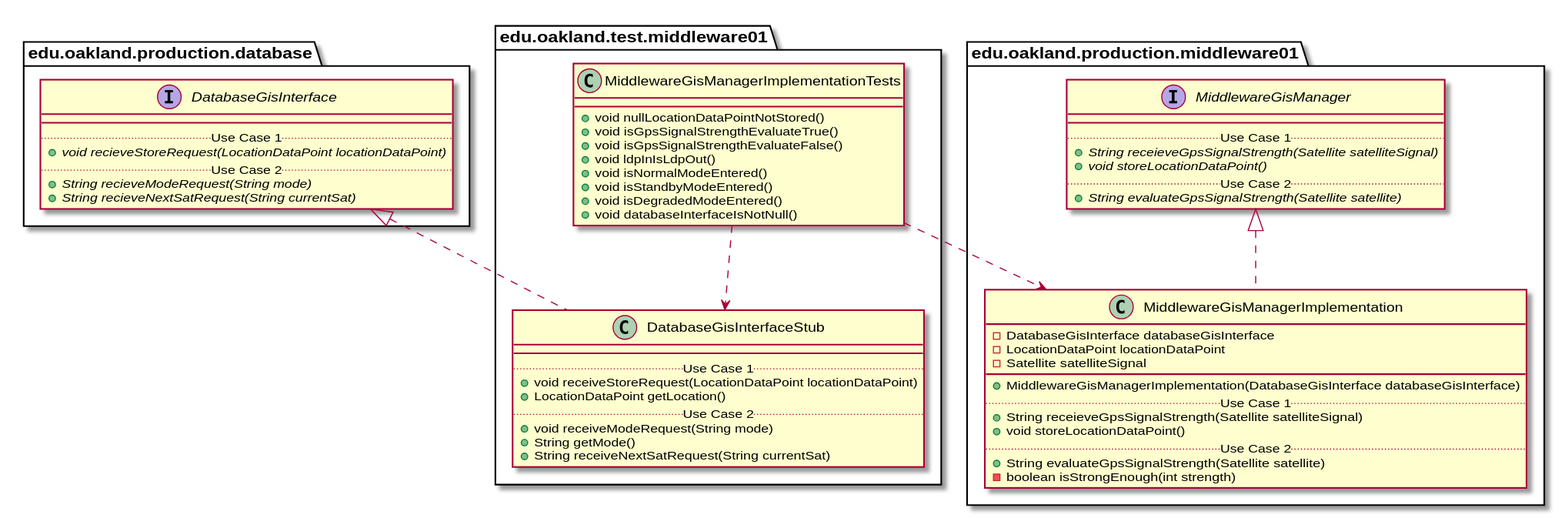
Before: docs/uml-class-diagrams/middleware01/test/MiddlewareGisManagerImplementationTests/MiddlewareGisManagerImplementationTests_Closure.svg, a diagram exported from PlantUML (andrewdimmer/csi-3370-software-project). The source it was exported from:
```plantuml
@startuml MiddlewareGisManagerImplementationTests_Closure


package edu.oakland.test.middleware01 {
  class MiddlewareGisManagerImplementationTests {
    + void nullLocationDataPointNotStored()
    + void isGpsSignalStrengthEvaluateTrue()
    + void isGpsSignalStrengthEvaluateFalse()
    + void ldpInIsLdpOut()
    + void isNormalModeEntered()
    + void isStandbyModeEntered()
    + void isDegradedModeEntered()
    + void databaseInterfaceIsNotNull()
  }
}




package edu.oakland.test.middleware01 {
    class DatabaseGisInterfaceStub {
        __
        .. Use Case 1 ..
        + void receiveStoreRequest(LocationDataPoint locationDataPoint)
        + LocationDataPoint getLocation()
        .. Use Case 2 ..
        + void receiveModeRequest(String mode)
        + String getMode()
        + String receiveNextSatRequest(String currentSat)
    }
}






package edu.oakland.production.database {
    interface DatabaseGisInterface {
        __
        .. Use Case 1 ..
        {abstract} + void recieveStoreRequest(LocationDataPoint locationDataPoint)
        .. Use Case 2 ..
        {abstract} + String recieveModeRequest(String mode)
        {abstract} + String recieveNextSatRequest(String currentSat)
    }
}






DatabaseGisInterfaceStub .up.|> DatabaseGisInterface

MiddlewareGisManagerImplementationTests ..> DatabaseGisInterfaceStub



package edu.oakland.production.middleware01 {
    class MiddlewareGisManagerImplementation {
        - DatabaseGisInterface databaseGisInterface
        - LocationDataPoint locationDataPoint
        - Satellite satelliteSignal
        __
        + MiddlewareGisManagerImplementation(DatabaseGisInterface databaseGisInterface)
        .. Use Case 1 ..
        + String receieveGpsSignalStrength(Satellite satelliteSignal)
        + void storeLocationDataPoint()
        .. Use Case 2 ..
        + String evaluateGpsSignalStrength(Satellite satellite)
        - boolean isStrongEnough(int strength)
    }
}




package edu.oakland.production.middleware01 {
    interface MiddlewareGisManager {
        __
        .. Use Case 1 ..
        {abstract} + String receieveGpsSignalStrength(Satellite satelliteSignal)
        {abstract} + void storeLocationDataPoint()
        .. Use Case 2 ..
        {abstract} + String evaluateGpsSignalStrength(Satellite satellite)
    }
}






MiddlewareGisManagerImplementation .up.|> MiddlewareGisManager





MiddlewareGisManagerImplementationTests ..> MiddlewareGisManagerImplementation



@enduml
```
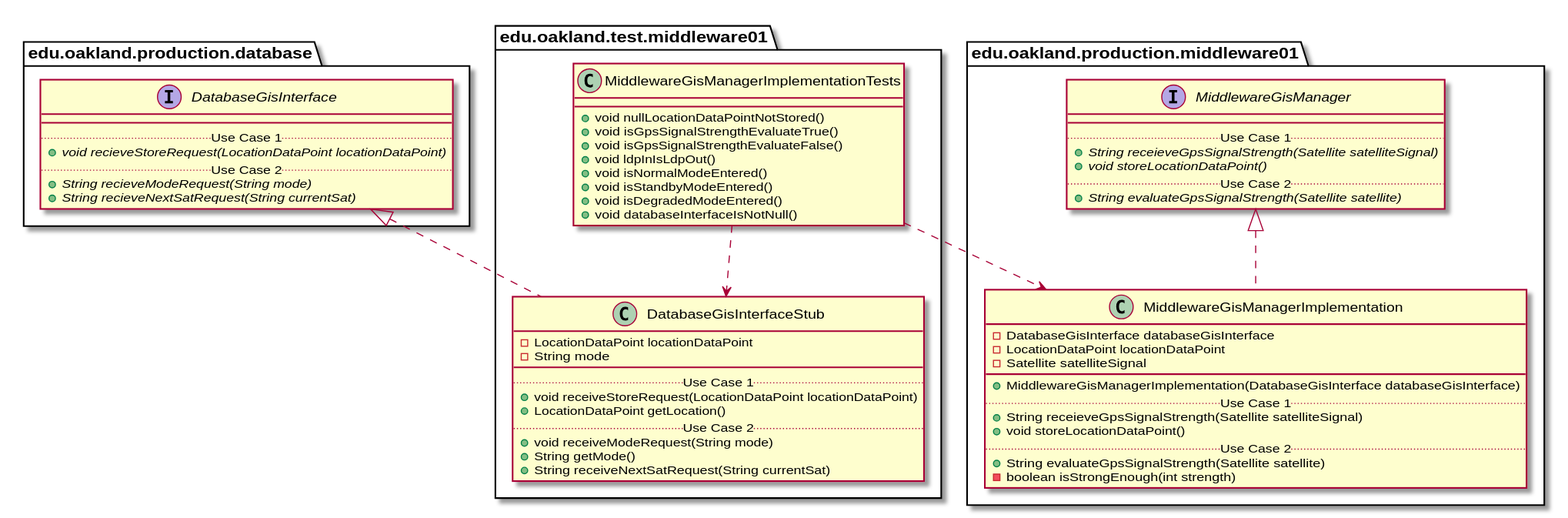
After the change.

Diff of the diagram source:
```diff
@@ -19,6 +19,8 @@
 
 package edu.oakland.test.middleware01 {
     class DatabaseGisInterfaceStub {
+        - LocationDataPoint locationDataPoint
+        - String mode
         __
         .. Use Case 1 ..
         + void receiveStoreRequest(LocationDataPoint locationDataPoint)
```
